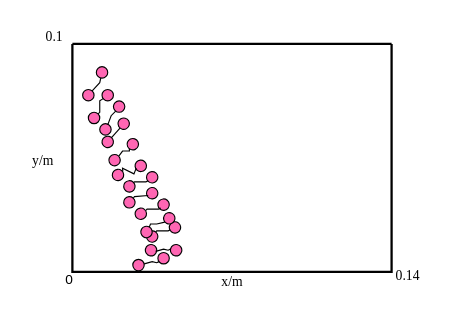
Above: 哑铃分布t=0.05.drawio in mauhin/auto (draw.io), before the change. Source tidied: cells renumbered, new cells numbered last; positions are measured from the earlier drawing's top-left corner, leaving out a move shared by most shapes. Both pictures are drawn from the tidied source at 114%, with x=0, y=0 at pixel (19, 19).
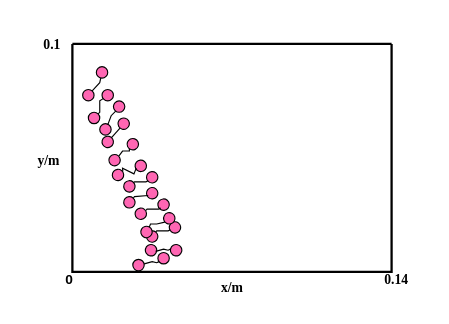
Above is the later version.

Commit message:
更新哑铃分布t=0.05.drawio

What changed in the source:
```diff
@@
-    <mxCell id="48" value="0" style="text;html=1;align=center;verticalAlign=middle;strokeColor=none;fillColor=none;" parent="1" vertex="1">
-      <mxGeometry x="30" y="215" width="25" height="26" as="geometry" />
+    <mxCell id="48" value="&lt;b&gt;0&lt;/b&gt;" style="text;html=1;align=center;verticalAlign=middle;strokeColor=none;fillColor=none;" parent="1" vertex="1">
+      <mxGeometry x="28" y="213" width="30" height="30" as="geometry" />
     </mxCell>
-    <mxCell id="49" value="&lt;font face=&quot;Times New Roman&quot;&gt;x/m&lt;/font&gt;" style="text;html=1;align=center;verticalAlign=middle;strokeColor=none;fillColor=none;" parent="1" vertex="1">
-      <mxGeometry x="166" y="215" width="40" height="30" as="geometry" />
+    <mxCell id="49" value="&lt;font face=&quot;Times New Roman&quot;&gt;&lt;b&gt;x/m&lt;/b&gt;&lt;/font&gt;" style="text;html=1;align=center;verticalAlign=middle;strokeColor=none;fillColor=none;" parent="1" vertex="1">
+      <mxGeometry x="166" y="220" width="40" height="30" as="geometry" />
     </mxCell>
-    <mxCell id="50" value="&lt;font face=&quot;Times New Roman&quot;&gt;y/m&lt;/font&gt;" style="text;html=1;align=center;verticalAlign=middle;strokeColor=none;fillColor=none;" parent="1" vertex="1">
-      <mxGeometry y="108.9" width="40" height="30" as="geometry" />
+    <mxCell id="50" value="&lt;font face=&quot;Times New Roman&quot;&gt;&lt;b&gt;y/m&lt;/b&gt;&lt;/font&gt;" style="text;html=1;align=center;verticalAlign=middle;strokeColor=none;fillColor=none;" parent="1" vertex="1">
+      <mxGeometry x="5" y="108.9" width="40" height="30" as="geometry" />
     </mxCell>
@@
-    <mxCell id="59" value="&lt;font style=&quot;font-size: 12px;&quot; face=&quot;Times New Roman&quot;&gt;0.1&lt;/font&gt;" style="text;html=1;align=center;verticalAlign=middle;strokeColor=none;fillColor=none;" parent="1" vertex="1">
-      <mxGeometry x="10" width="40" height="30" as="geometry" />
+    <mxCell id="59" value="&lt;font style=&quot;font-size: 12px;&quot; face=&quot;Times New Roman&quot;&gt;&lt;b&gt;0.1&lt;/b&gt;&lt;/font&gt;" style="text;html=1;align=center;verticalAlign=middle;strokeColor=none;fillColor=none;" parent="1" vertex="1">
+      <mxGeometry x="8" y="7" width="40" height="30" as="geometry" />
     </mxCell>
-    <mxCell id="60" value="&lt;font face=&quot;Times New Roman&quot;&gt;0.14&lt;/font&gt;" style="text;html=1;align=center;verticalAlign=middle;strokeColor=none;fillColor=none;" parent="1" vertex="1">
-      <mxGeometry x="320" y="210" width="40" height="30" as="geometry" />
+    <mxCell id="60" value="&lt;font face=&quot;Times New Roman&quot;&gt;&lt;b&gt;0.14&lt;/b&gt;&lt;/font&gt;" style="text;html=1;align=center;verticalAlign=middle;strokeColor=none;fillColor=none;" parent="1" vertex="1">
+      <mxGeometry x="310" y="213" width="40" height="30" as="geometry" />
     </mxCell>
```
